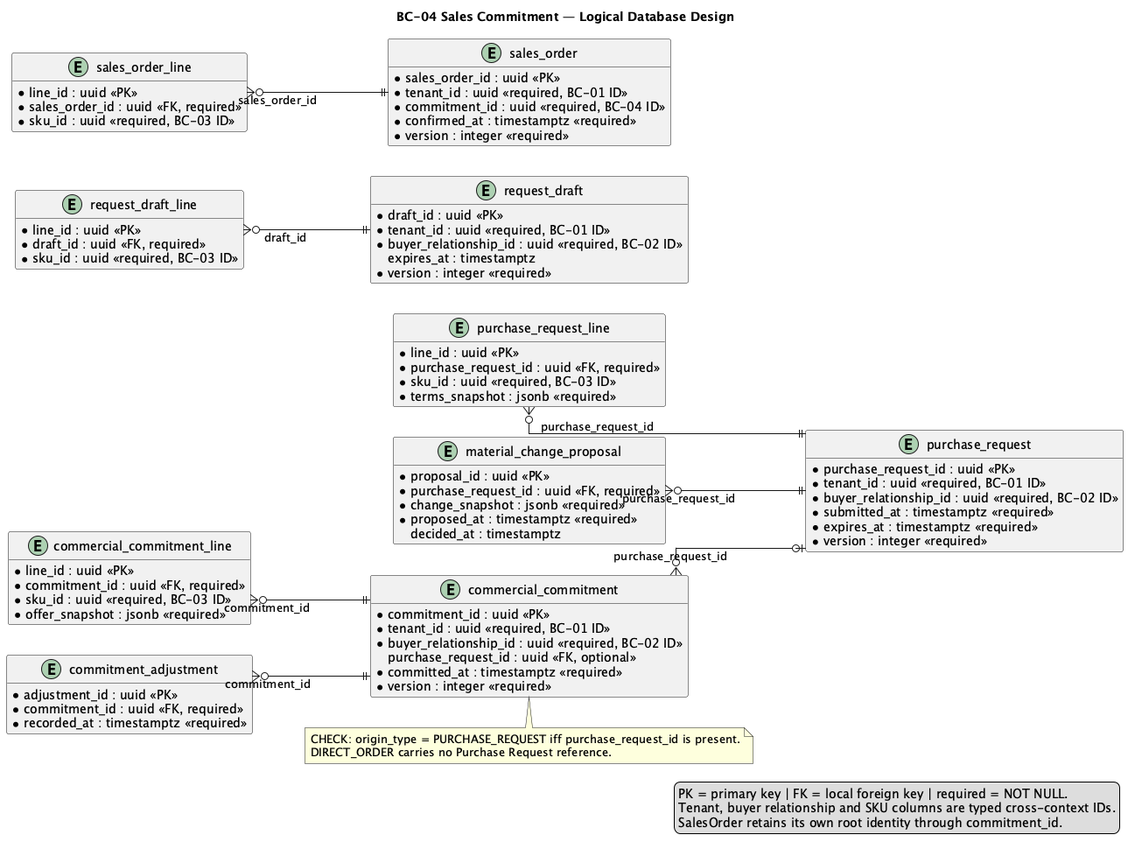
Before: report/assets/chapter-2/tactical/BC-04/database-diagram.png, a diagram exported from PlantUML (nexa-suite/mobile-report).
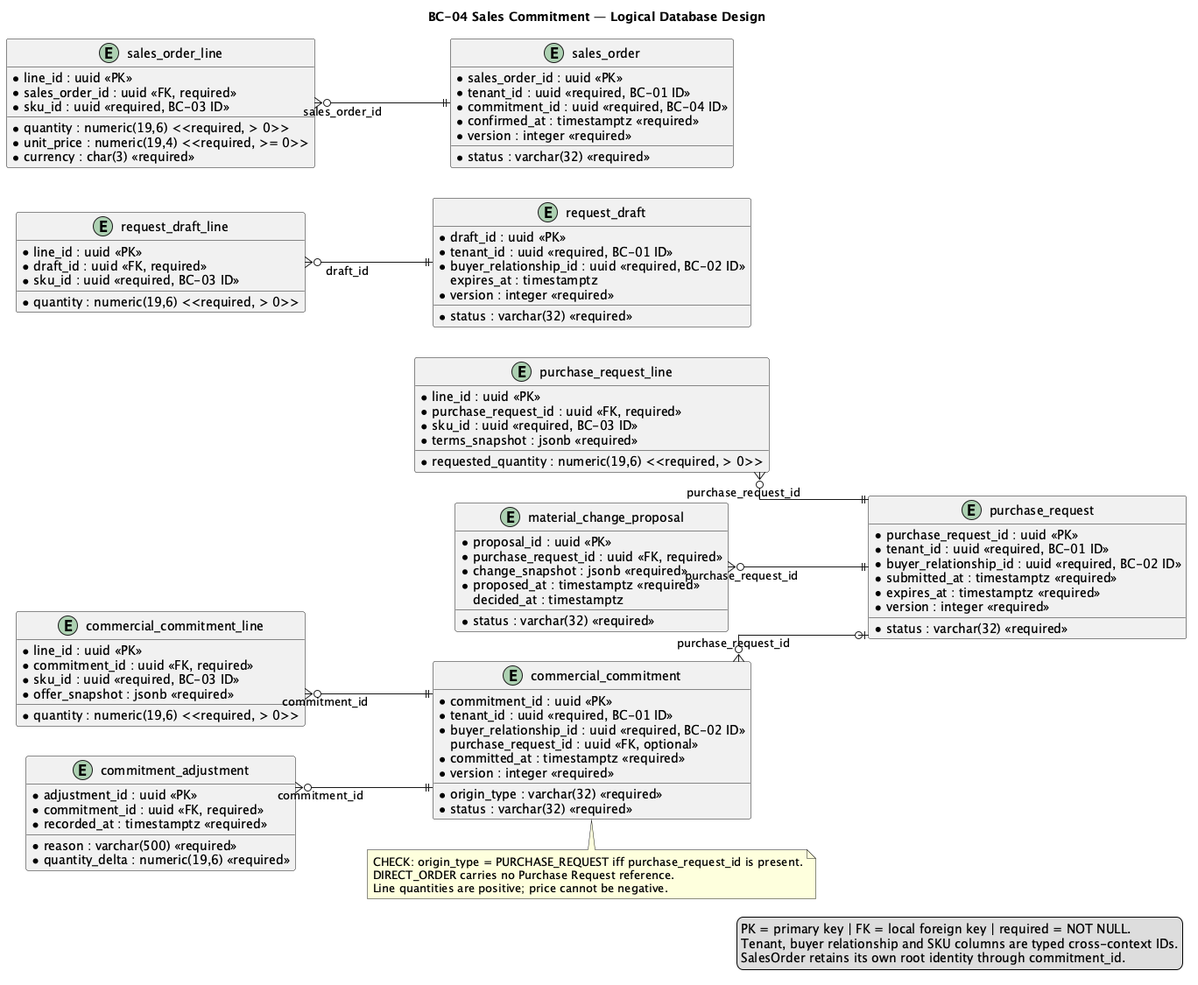
Above is the later version.

Diff of the diagram source:
```diff
@@ -1,7 +1,6 @@
 @startuml
 title BC-04 Sales Commitment — Logical Database Design
 left to right direction
-hide methods
 skinparam shadowing false
 skinparam linetype ortho
 skinparam entity {
@@ -23,7 +22,7 @@
   * line_id : uuid <<PK>>
   * draft_id : uuid <<FK, required>>
   * sku_id : uuid <<required, BC-03 ID>>
-  * quantity : numeric(19,6) <<required>>
+  * quantity : numeric(19,6) <<required, > 0>>
 }
 
 entity "purchase_request" as purchase_request {
@@ -40,7 +39,7 @@
   * line_id : uuid <<PK>>
   * purchase_request_id : uuid <<FK, required>>
   * sku_id : uuid <<required, BC-03 ID>>
-  * requested_quantity : numeric(19,6) <<required>>
+  * requested_quantity : numeric(19,6) <<required, > 0>>
   * terms_snapshot : jsonb <<required>>
 }
 
@@ -68,7 +67,7 @@
   * line_id : uuid <<PK>>
   * commitment_id : uuid <<FK, required>>
   * sku_id : uuid <<required, BC-03 ID>>
-  * quantity : numeric(19,6) <<required>>
+  * quantity : numeric(19,6) <<required, > 0>>
   * offer_snapshot : jsonb <<required>>
 }
 
@@ -93,8 +92,8 @@
   * line_id : uuid <<PK>>
   * sales_order_id : uuid <<FK, required>>
   * sku_id : uuid <<required, BC-03 ID>>
-  * quantity : numeric(19,6) <<required>>
-  * unit_price : numeric(19,4) <<required>>
+  * quantity : numeric(19,6) <<required, > 0>>
+  * unit_price : numeric(19,4) <<required, >= 0>>
   * currency : char(3) <<required>>
 }
 
@@ -109,6 +108,7 @@
 note bottom of commercial_commitment
 CHECK: origin_type = PURCHASE_REQUEST iff purchase_request_id is present.
 DIRECT_ORDER carries no Purchase Request reference.
+Line quantities are positive; price cannot be negative.
 end note
 
 legend right
```
